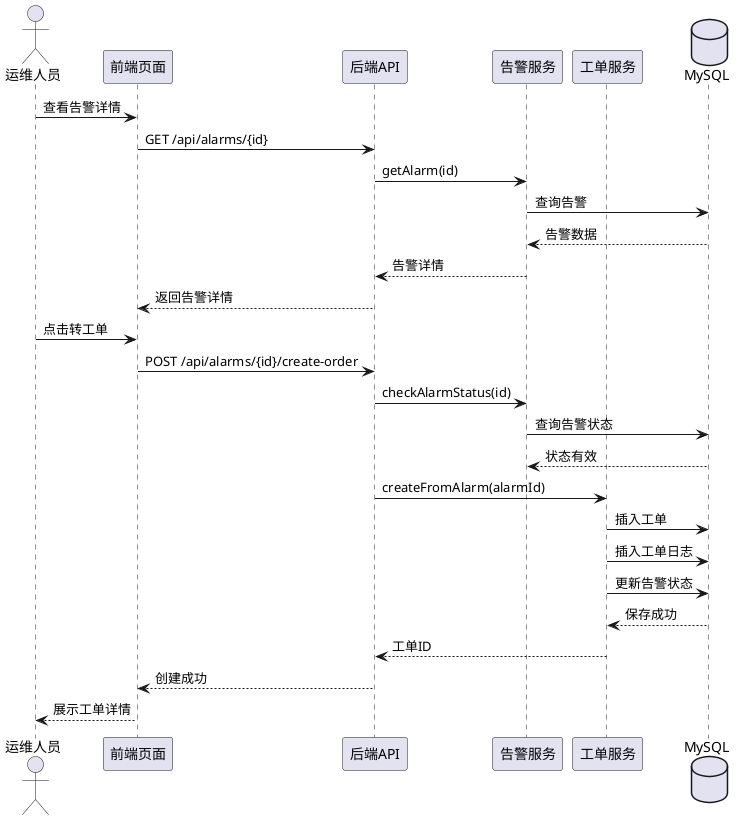
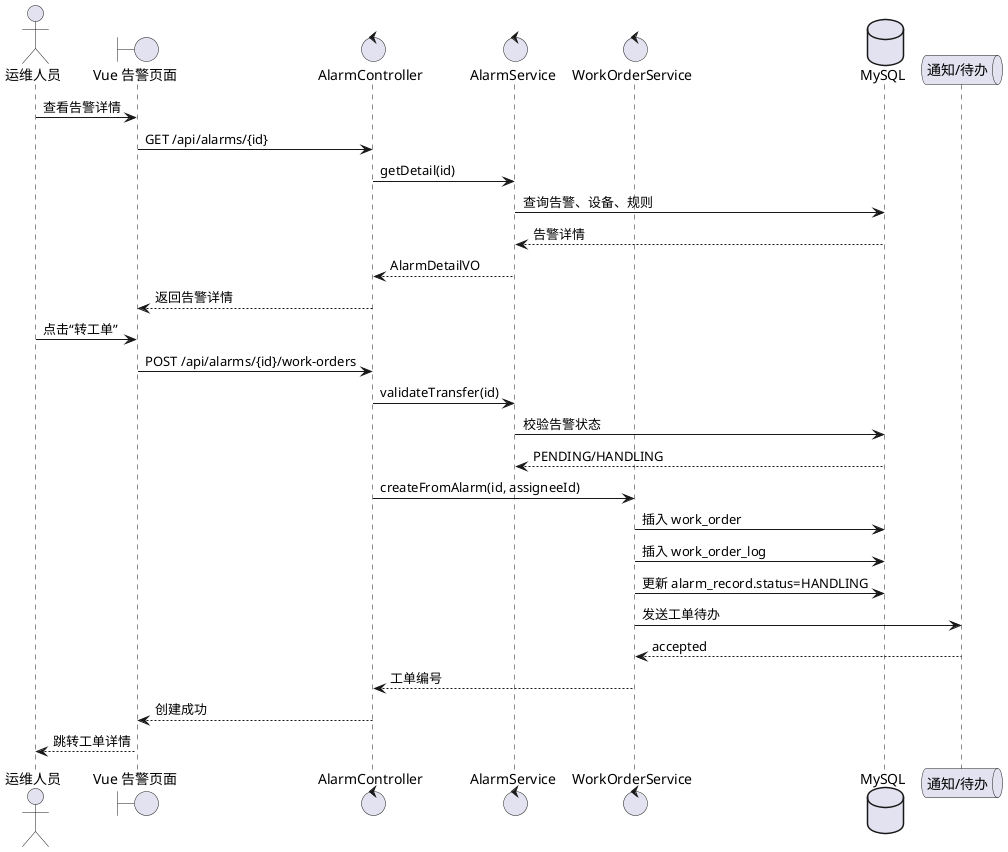
@startuml
actor "运维人员" as Operator
- participant "前端页面" as Frontend
- participant "后端API" as Backend
- participant "告警服务" as AlarmService
- participant "工单服务" as WorkOrderService
+ boundary "Vue 告警页面" as Frontend
+ control "AlarmController" as AlarmController
+ control "AlarmService" as AlarmService
+ control "WorkOrderService" as WorkOrderService
database "MySQL" as DB
+ queue "通知/待办" as Notify

Operator -> Frontend : 查看告警详情
- Frontend -> Backend : GET /api/alarms/{id}
- Backend -> AlarmService : getAlarm(id)
- AlarmService -> DB : 查询告警
- DB --> AlarmService : 告警数据
- AlarmService --> Backend : 告警详情
- Backend --> Frontend : 返回告警详情
+ Frontend -> AlarmController : GET /api/alarms/{id}
+ AlarmController -> AlarmService : getDetail(id)
+ AlarmService -> DB : 查询告警、设备、规则
+ DB --> AlarmService : 告警详情
+ AlarmService --> AlarmController : AlarmDetailVO
+ AlarmController --> Frontend : 返回告警详情

- Operator -> Frontend : 点击转工单
- Frontend -> Backend : POST /api/alarms/{id}/create-order
- Backend -> AlarmService : checkAlarmStatus(id)
- AlarmService -> DB : 查询告警状态
- DB --> AlarmService : 状态有效
- Backend -> WorkOrderService : createFromAlarm(alarmId)
- WorkOrderService -> DB : 插入工单
- WorkOrderService -> DB : 插入工单日志
- WorkOrderService -> DB : 更新告警状态
- DB --> WorkOrderService : 保存成功
- WorkOrderService --> Backend : 工单ID
- Backend --> Frontend : 创建成功
- Frontend --> Operator : 展示工单详情
+ Operator -> Frontend : 点击“转工单”
+ Frontend -> AlarmController : POST /api/alarms/{id}/work-orders
+ AlarmController -> AlarmService : validateTransfer(id)
+ AlarmService -> DB : 校验告警状态
+ DB --> AlarmService : PENDING/HANDLING
+ AlarmController -> WorkOrderService : createFromAlarm(id, assigneeId)
+ WorkOrderService -> DB : 插入 work_order
+ WorkOrderService -> DB : 插入 work_order_log
+ WorkOrderService -> DB : 更新 alarm_record.status=HANDLING
+ WorkOrderService -> Notify : 发送工单待办
+ Notify --> WorkOrderService : accepted
+ WorkOrderService --> AlarmController : 工单编号
+ AlarmController --> Frontend : 创建成功
+ Frontend --> Operator : 跳转工单详情
@enduml
